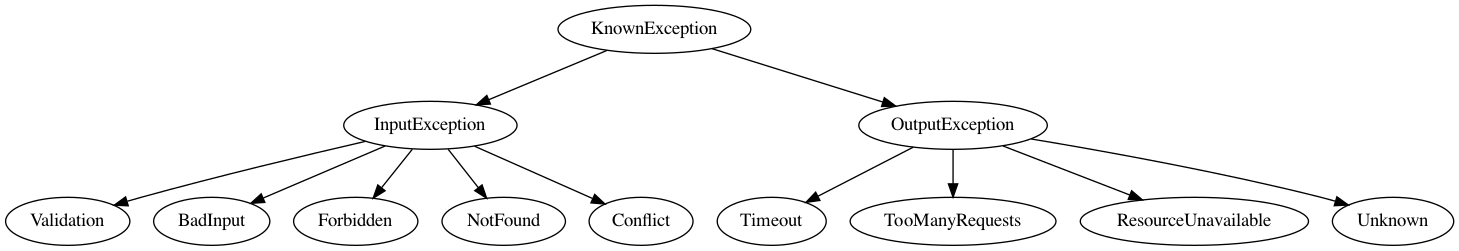
Above: assets/media/snippets/error-hierarchy.png in alexandru/alexn.org (Graphviz), before the change. Its source is kept beside it as assets/media/snippets/error-hierarchy.dot.
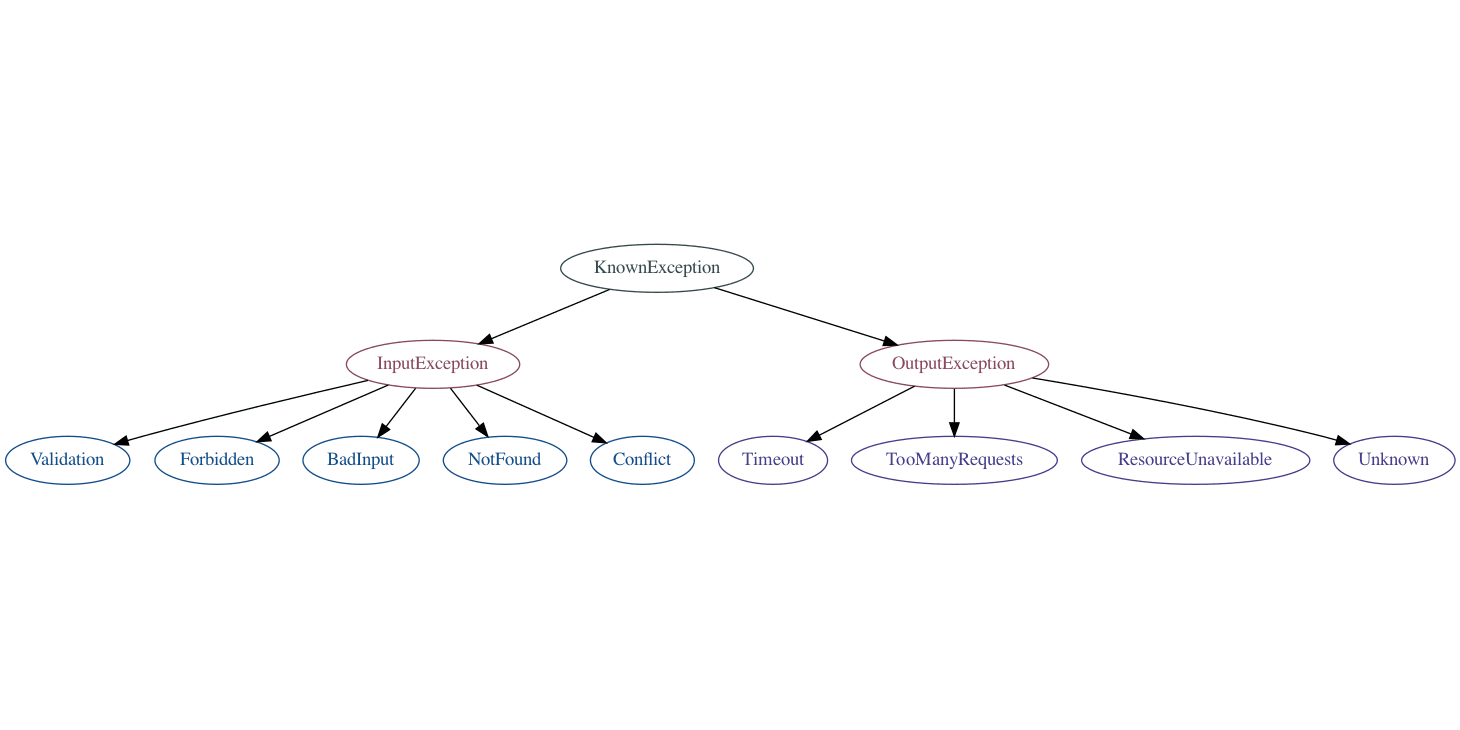
After the change.

Change to the diagram source:
```diff
@@ -1,4 +1,20 @@
 digraph ErrorHierarchy {
+  KnownException [color=darkslategrey, fontcolor=darkslategrey];
+
+  InputException [color=palevioletred4, fontcolor=palevioletred4];
+  OutputException [color=palevioletred4, fontcolor=palevioletred4];
+
+  Validation [color=dodgerblue4, fontcolor=dodgerblue4];
+  Forbidden [color=dodgerblue4, fontcolor=dodgerblue4];
+  BadInput [color=dodgerblue4, fontcolor=dodgerblue4];
+  NotFound [color=dodgerblue4, fontcolor=dodgerblue4];
+  Conflict [color=dodgerblue4, fontcolor=dodgerblue4];
+
+  Timeout [color=slateblue4, fontcolor=slateblue4];
+  TooManyRequests [color=slateblue4, fontcolor=slateblue4];
+  ResourceUnavailable [color=slateblue4, fontcolor=slateblue4];
+  Unknown [color=slateblue4, fontcolor=slateblue4];
+
   KnownException -> {InputException, OutputException};
 
   InputException -> {
```
